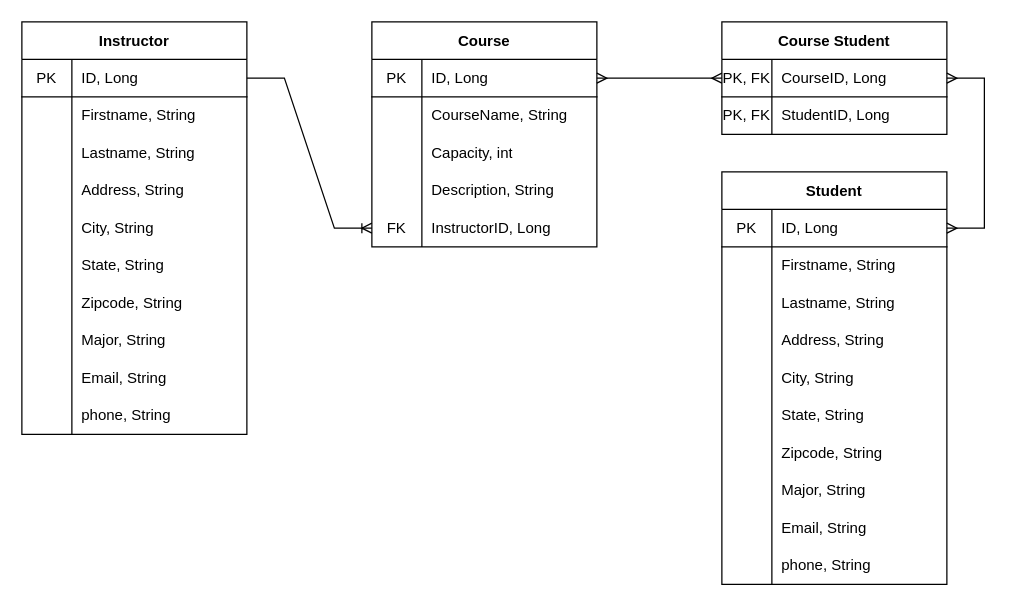
This is schooldb.drawio from hoon0661/schooldb, a draw.io file, before an edit. Source tidied: cells renumbered, new cells numbered last; positions are measured from the earlier drawing's top-left corner, leaving out a move shared by most shapes. Both pictures are drawn from the tidied source at 125%, with x=0, y=0 at pixel (21, 21).
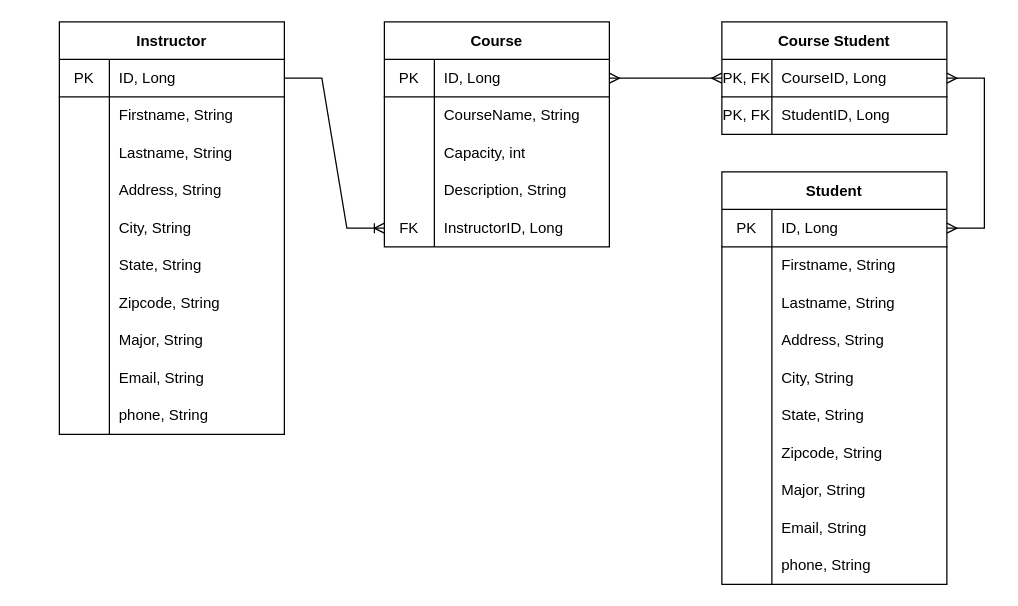
The same diagram, later.

Unchanged cells that the change refers to:
```xml
<mxCell id="15" style="shape=partialRectangle;html=1;whiteSpace=wrap;fillColor=none;top=0;left=0;bottom=0;right=0;points=[[0,0.5],[1,0.5]];portConstraint=eastwest;" parent="2" vertex="1">
  <mxGeometry y="150" width="180" height="30" as="geometry" />
</mxCell>
<mxCell id="19" style="shape=partialRectangle;html=1;whiteSpace=wrap;fillColor=none;top=0;left=0;bottom=1;right=0;points=[[0,0.5],[1,0.5]];portConstraint=eastwest;" parent="18" vertex="1">
  <mxGeometry y="30" width="180" height="30" as="geometry" />
</mxCell>
```

The edit, as a diff of the source:
```diff
@@
     <mxCell id="2" value="Course" style="shape=table;startSize=30;childLayout=tableLayout;rowLines=0;fontStyle=1;align=center;" parent="1" vertex="1">
-      <mxGeometry x="280" width="180" height="180" as="geometry" />
+      <mxGeometry x="290" width="180" height="180" as="geometry" />
     </mxCell>
@@
     <mxCell id="18" value="Instructor" style="shape=table;startSize=30;childLayout=tableLayout;rowLines=0;fontStyle=1;align=center;" parent="1" vertex="1">
-      <mxGeometry width="180" height="330" as="geometry" />
+      <mxGeometry x="30" width="180" height="330" as="geometry" />
     </mxCell>
@@
-    <mxCell id="87" style="edgeStyle=entityRelationEdgeStyle;fontSize=12;html=1;endArrow=ERoneToMany;rounded=0;exitX=1;exitY=0.5;exitDx=0;exitDy=0;entryX=0;entryY=0.5;entryDx=0;entryDy=0;" parent="1" edge="1" source="19" target="15">
-      <mxGeometry relative="1" as="geometry" />
-    </mxCell>
@@
+    <mxCell id="87" style="edgeStyle=entityRelationEdgeStyle;fontSize=12;html=1;endArrow=ERoneToMany;rounded=0;exitX=1;exitY=0.5;exitDx=0;exitDy=0;" parent="1" edge="1" source="19" target="15">
+      <mxGeometry relative="1" as="geometry" />
+    </mxCell>
```
